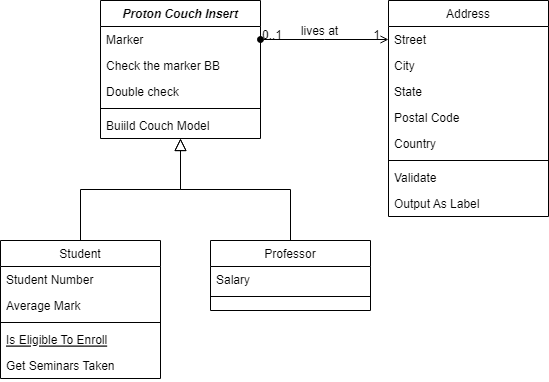
The draw.io diagram process_CouchProton.drawio.png in eatingwu1009/CouchInsert, before a commit. Source tidied: cells renumbered, new cells last; positions are measured from the earlier drawing's top-left corner, leaving out a move shared by most shapes.
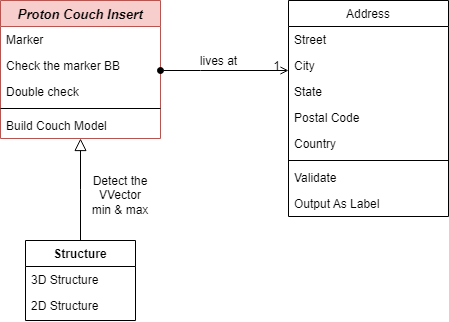
The same diagram one commit later.

Diff of the diagram source:
```diff
@@ -2,7 +2,7 @@
   <root>
     <mxCell id="0" />
     <mxCell id="1" parent="0" />
-    <mxCell id="2" value="Proton Couch Insert" style="swimlane;fontStyle=3;align=center;verticalAlign=top;horizontal=1;startSize=26;rounded=0;shadow=0;strokeWidth=1;" parent="1" vertex="1">
+    <mxCell id="2" value="Proton Couch Insert" style="swimlane;fontStyle=3;align=center;verticalAlign=top;horizontal=1;startSize=26;rounded=0;shadow=0;strokeWidth=1;fontSize=13;fillColor=#f8cecc;strokeColor=#b85450;" parent="1" vertex="1">
       <mxGeometry x="100" width="160" height="138" as="geometry" />
     </mxCell>
     <mxCell id="3" value="Marker" style="text;align=left;verticalAlign=top;spacingLeft=4;spacingRight=4;overflow=hidden;points=[[0,0.5],[1,0.5]];portConstraint=eastwest;" parent="2" vertex="1">
@@ -17,42 +17,21 @@
     <mxCell id="6" style="line;html=1;strokeWidth=1;align=left;verticalAlign=middle;spacingTop=-1;spacingLeft=3;spacingRight=3;labelPosition=right;" parent="2" vertex="1">
       <mxGeometry y="104" width="160" height="8" as="geometry" />
     </mxCell>
-    <mxCell id="7" value="Buiild Couch Model" style="text;align=left;verticalAlign=top;spacingLeft=4;spacingRight=4;overflow=hidden;" parent="2" vertex="1">
+    <mxCell id="7" value="Build Couch Model" style="text;align=left;verticalAlign=top;spacingLeft=4;spacingRight=4;overflow=hidden;" parent="2" vertex="1">
       <mxGeometry y="112" width="160" height="26" as="geometry" />
     </mxCell>
-    <mxCell id="8" value="Student" style="swimlane;fontStyle=0;align=center;verticalAlign=top;horizontal=1;startSize=26;rounded=0;shadow=0;strokeWidth=1;" parent="1" vertex="1">
-      <mxGeometry y="240" width="160" height="138" as="geometry" />
+    <mxCell id="8" value="Structure" style="swimlane;fontStyle=1;align=center;verticalAlign=top;horizontal=1;startSize=26;rounded=0;shadow=0;strokeWidth=1;" parent="1" vertex="1">
+      <mxGeometry x="125" y="240" width="110" height="80" as="geometry" />
     </mxCell>
-    <mxCell id="9" value="Student Number" style="text;align=left;verticalAlign=top;spacingLeft=4;spacingRight=4;overflow=hidden;" parent="8" vertex="1">
-      <mxGeometry y="26" width="160" height="26" as="geometry" />
+    <mxCell id="9" value="3D Structure" style="text;align=left;verticalAlign=top;spacingLeft=4;spacingRight=4;overflow=hidden;" parent="8" vertex="1">
+      <mxGeometry y="26" width="110" height="26" as="geometry" />
     </mxCell>
-    <mxCell id="10" value="Average Mark" style="text;align=left;verticalAlign=top;spacingLeft=4;spacingRight=4;overflow=hidden;rounded=0;shadow=0;html=0;" parent="8" vertex="1">
-      <mxGeometry y="52" width="160" height="26" as="geometry" />
+    <mxCell id="10" value="2D Structure" style="text;align=left;verticalAlign=top;spacingLeft=4;spacingRight=4;overflow=hidden;rounded=0;shadow=0;html=0;" parent="8" vertex="1">
+      <mxGeometry y="52" width="110" height="26" as="geometry" />
     </mxCell>
-    <mxCell id="11" style="line;html=1;strokeWidth=1;align=left;verticalAlign=middle;spacingTop=-1;spacingLeft=3;spacingRight=3;labelPosition=right;" parent="8" vertex="1">
-      <mxGeometry y="78" width="160" height="8" as="geometry" />
-    </mxCell>
-    <mxCell id="12" value="Is Eligible To Enroll" style="text;align=left;verticalAlign=top;spacingLeft=4;spacingRight=4;overflow=hidden;fontStyle=4;" parent="8" vertex="1">
-      <mxGeometry y="86" width="160" height="26" as="geometry" />
-    </mxCell>
-    <mxCell id="13" value="Get Seminars Taken" style="text;align=left;verticalAlign=top;spacingLeft=4;spacingRight=4;overflow=hidden;" parent="8" vertex="1">
-      <mxGeometry y="112" width="160" height="26" as="geometry" />
-    </mxCell>
     <mxCell id="14" style="endArrow=block;endSize=10;endFill=0;shadow=0;strokeWidth=1;rounded=0;edgeStyle=elbowEdgeStyle;elbow=vertical;" parent="1" edge="1" source="8" target="2">
       <mxGeometry relative="1" as="geometry" />
     </mxCell>
-    <mxCell id="15" value="Professor" style="swimlane;fontStyle=0;align=center;verticalAlign=top;horizontal=1;startSize=26;rounded=0;shadow=0;strokeWidth=1;" parent="1" vertex="1">
-      <mxGeometry x="210" y="240" width="160" height="70" as="geometry" />
-    </mxCell>
-    <mxCell id="16" value="Salary" style="text;align=left;verticalAlign=top;spacingLeft=4;spacingRight=4;overflow=hidden;" parent="15" vertex="1">
-      <mxGeometry y="26" width="160" height="26" as="geometry" />
-    </mxCell>
-    <mxCell id="17" style="line;html=1;strokeWidth=1;align=left;verticalAlign=middle;spacingTop=-1;spacingLeft=3;spacingRight=3;labelPosition=right;" parent="15" vertex="1">
-      <mxGeometry y="52" width="160" height="8" as="geometry" />
-    </mxCell>
-    <mxCell id="18" style="endArrow=block;endSize=10;endFill=0;shadow=0;strokeWidth=1;rounded=0;edgeStyle=elbowEdgeStyle;elbow=vertical;" parent="1" edge="1" source="15" target="2">
-      <mxGeometry relative="1" as="geometry" />
-    </mxCell>
     <mxCell id="19" value="Address" style="swimlane;fontStyle=0;align=center;verticalAlign=top;horizontal=1;startSize=26;rounded=0;shadow=0;strokeWidth=1;" parent="1" vertex="1">
       <mxGeometry x="388" width="160" height="216" as="geometry" />
     </mxCell>
@@ -80,16 +59,15 @@
     <mxCell id="27" value="Output As Label" style="text;align=left;verticalAlign=top;spacingLeft=4;spacingRight=4;overflow=hidden;" parent="19" vertex="1">
       <mxGeometry y="190" width="160" height="26" as="geometry" />
     </mxCell>
-    <mxCell id="28" style="endArrow=open;shadow=0;strokeWidth=1;rounded=0;endFill=1;edgeStyle=elbowEdgeStyle;elbow=vertical;exitX=1;exitY=0.5;exitDx=0;exitDy=0;startArrow=oval;startFill=1;" parent="1" edge="1" source="3" target="19">
+    <mxCell id="28" style="endArrow=open;shadow=0;strokeWidth=1;rounded=0;endFill=1;edgeStyle=elbowEdgeStyle;elbow=vertical;startArrow=oval;startFill=1;" parent="1" edge="1" target="19">
       <mxGeometry x="0.5" y="41" relative="1" as="geometry">
+        <mxPoint x="260" y="70" as="sourcePoint" />
+        <Array as="points">
+          <mxPoint x="300" y="70" />
+        </Array>
         <mxPoint x="-40" y="32" as="offset" />
       </mxGeometry>
     </mxCell>
-    <mxCell id="29" value="0..1" style="align=left;verticalAlign=bottom;labelBackgroundColor=none;fontSize=12;" parent="28" vertex="1">
-      <mxGeometry x="-1" relative="1" as="geometry">
-        <mxPoint y="4" as="offset" />
-      </mxGeometry>
-    </mxCell>
     <mxCell id="30" value="1" style="align=right;verticalAlign=bottom;labelBackgroundColor=none;fontSize=12;" parent="28" vertex="1">
       <mxGeometry x="1" relative="1" as="geometry">
         <mxPoint x="-7" y="4" as="offset" />
@@ -100,5 +78,8 @@
         <mxPoint x="-38" y="40" as="offset" />
       </mxGeometry>
     </mxCell>
+    <mxCell id="32" value="Detect the VVector min &amp;amp; max" style="text;strokeColor=none;align=center;fillColor=none;html=1;verticalAlign=middle;whiteSpace=wrap;rounded=0;" parent="1" vertex="1">
+      <mxGeometry x="190" y="180" width="60" height="30" as="geometry" />
+    </mxCell>
   </root>
 </mxGraphModel>
```
